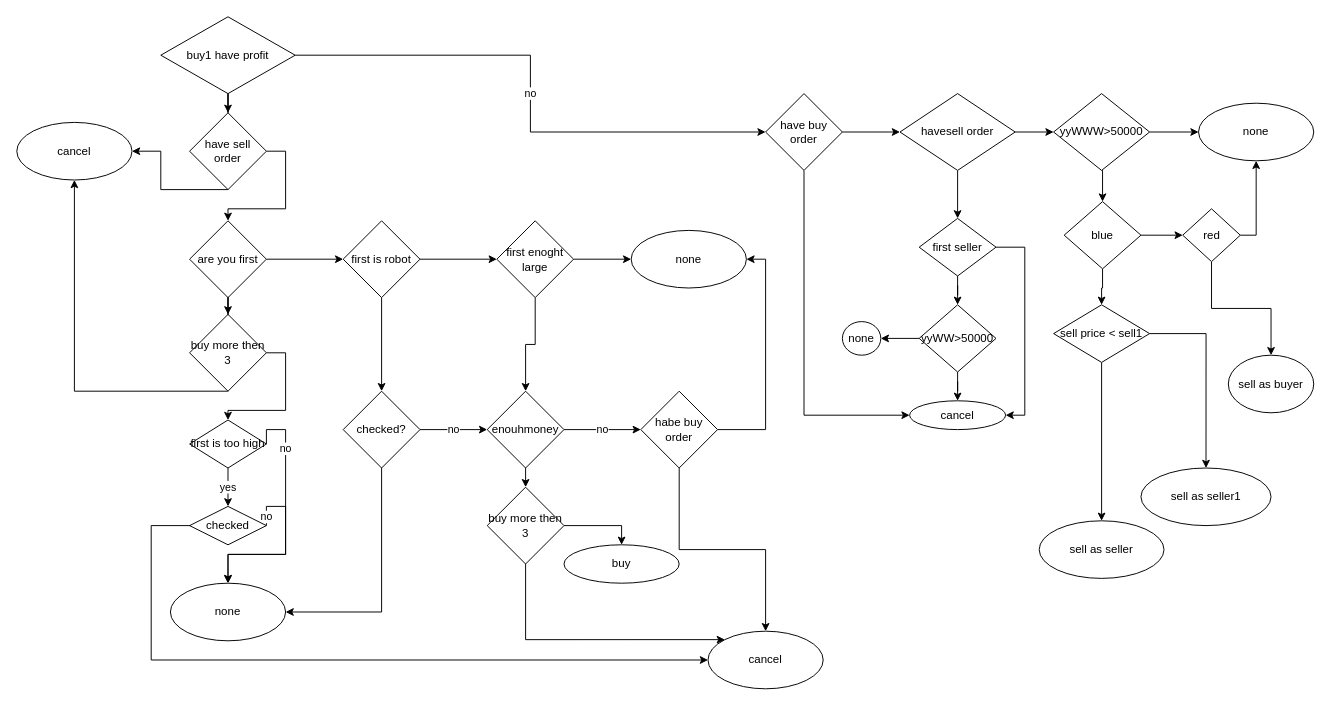
Before: page "第 3 页" (3 of 3) of 未命名绘图.drawio in fzuguo/hello-world, a draw.io diagram. Source tidied: cells renumbered, new cells numbered last; positions are measured from the earlier drawing's top-left corner, leaving out a move shared by most shapes. Both pictures are drawn from the tidied source at 96%, with x=0, y=0 at pixel (16, 16).
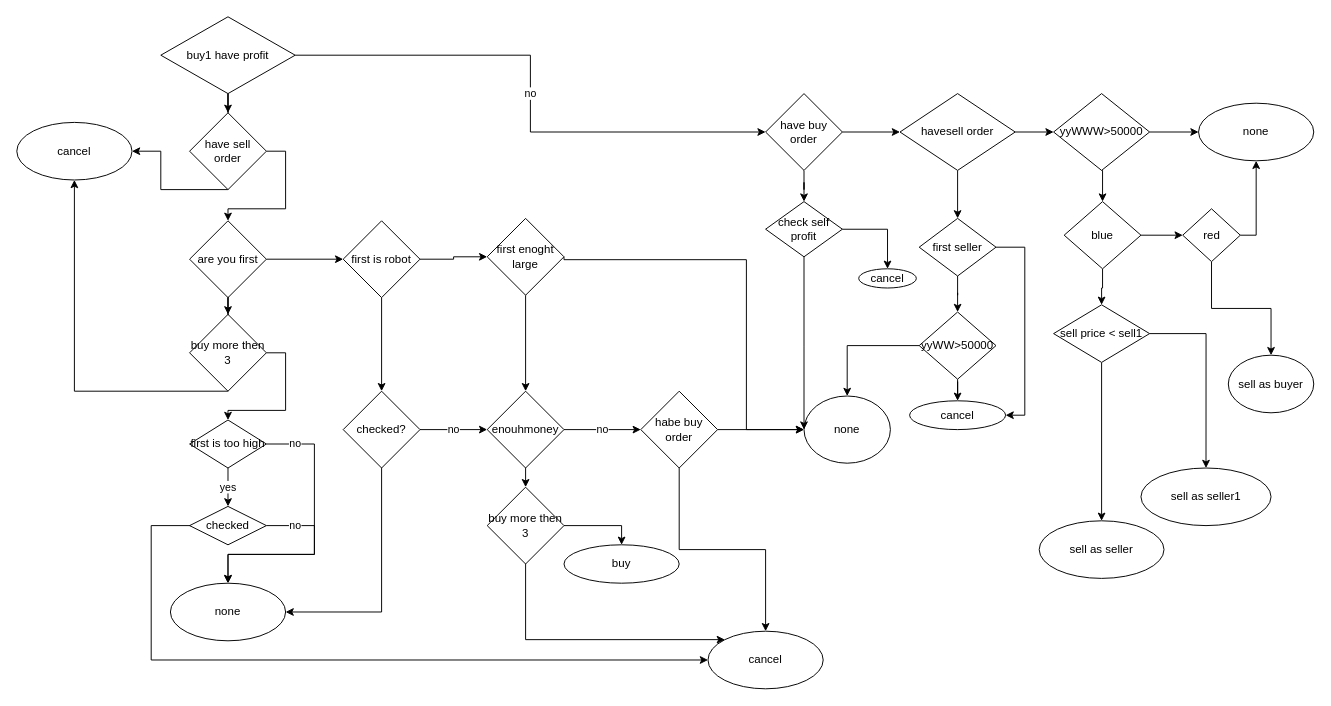
Above is the later version.

Commit message:
更新未命名绘图.drawio

Unchanged cells that the change refers to:
```xml
<mxCell id="9" value="none" style="ellipse;whiteSpace=wrap;html=1;" parent="1" vertex="1">
  <mxGeometry x="160" y="590" width="120" height="60" as="geometry" />
</mxCell>
<mxCell id="12" value="have buy order" style="rhombus;whiteSpace=wrap;html=1;" parent="1" vertex="1">
  <mxGeometry x="780" y="80" width="80" height="80" as="geometry" />
</mxCell>
<mxCell id="26" value="habe buy order" style="rhombus;whiteSpace=wrap;html=1;" parent="1" vertex="1">
  <mxGeometry x="650" y="390" width="80" height="80" as="geometry" />
</mxCell>
<mxCell id="29" value="first is too high" style="rhombus;whiteSpace=wrap;html=1;" parent="1" vertex="1">
  <mxGeometry x="180" y="420" width="80" height="50" as="geometry" />
</mxCell>
<mxCell id="32" value="checked" style="rhombus;whiteSpace=wrap;html=1;" parent="1" vertex="1">
  <mxGeometry x="180" y="510" width="80" height="40" as="geometry" />
</mxCell>
<mxCell id="58" value="cancel" style="ellipse;whiteSpace=wrap;html=1;" parent="1" vertex="1">
  <mxGeometry x="930" y="400" width="100" height="30" as="geometry" />
</mxCell>
```

Change to the diagram source:
```diff
@@
-    <mxCell id="11" style="edgeStyle=orthogonalEdgeStyle;rounded=0;jettySize=auto;html=1;exitX=0.5;exitY=1;exitDx=0;exitDy=0;entryX=0;entryY=0.5;entryDx=0;entryDy=0;" parent="1" edge="1" source="12" target="58">
-      <mxGeometry relative="1" as="geometry" />
-    </mxCell>
+    <mxCell id="74" style="edgeStyle=orthogonalEdgeStyle;rounded=0;jettySize=auto;html=1;" parent="1" edge="1" source="12" target="79">
+      <mxGeometry relative="1" as="geometry" />
+    </mxCell>
@@
-    <mxCell id="25" style="edgeStyle=orthogonalEdgeStyle;rounded=0;jettySize=auto;html=1;exitX=1;exitY=0.5;exitDx=0;exitDy=0;entryX=1;entryY=0.5;entryDx=0;entryDy=0;" parent="1" edge="1" source="26" target="66">
-      <mxGeometry relative="1" as="geometry" />
-    </mxCell>
+    <mxCell id="75" style="edgeStyle=orthogonalEdgeStyle;rounded=0;jettySize=auto;html=1;exitX=1;exitY=0.5;exitDx=0;exitDy=0;" parent="1" edge="1" source="26" target="59">
+      <mxGeometry relative="1" as="geometry" />
+    </mxCell>
@@
     <mxCell id="28" value="no" style="edgeStyle=orthogonalEdgeStyle;rounded=0;jettySize=auto;html=1;exitX=1;exitY=0.5;exitDx=0;exitDy=0;entryX=0.5;entryY=0;entryDx=0;entryDy=0;" parent="1" edge="1" source="29" target="9">
-      <mxGeometry x="-0.57" relative="1" as="geometry">
+      <mxGeometry x="-0.79" relative="1" as="geometry">
         <Array as="points">
-          <mxPoint x="280" y="430" />
-          <mxPoint x="280" y="560" />
+          <mxPoint x="310" y="445" />
+          <mxPoint x="310" y="560" />
           <mxPoint x="220" y="560" />
         </Array>
       </mxGeometry>
     </mxCell>
@@
     <mxCell id="30" value="no" style="edgeStyle=orthogonalEdgeStyle;rounded=0;jettySize=auto;html=1;exitX=1;exitY=0.5;exitDx=0;exitDy=0;entryX=0.5;entryY=0;entryDx=0;entryDy=0;" parent="1" edge="1" source="32" target="9">
-      <mxGeometry x="-0.9" relative="1" as="geometry">
+      <mxGeometry x="-0.7" relative="1" as="geometry">
         <Array as="points">
-          <mxPoint x="280" y="510" />
-          <mxPoint x="280" y="560" />
+          <mxPoint x="310" y="530" />
+          <mxPoint x="310" y="560" />
           <mxPoint x="220" y="560" />
         </Array>
       </mxGeometry>
     </mxCell>
@@
     <mxCell id="57" value="yyWW&amp;gt;50000" style="rhombus;whiteSpace=wrap;html=1;" parent="1" vertex="1">
-      <mxGeometry x="940" y="300" width="80" height="70" as="geometry" />
+      <mxGeometry x="940" y="307.5" width="80" height="70" as="geometry" />
     </mxCell>
@@
     <mxCell id="59" value="none" style="ellipse;whiteSpace=wrap;html=1;" parent="1" vertex="1">
-      <mxGeometry x="860" y="317.5" width="40" height="35" as="geometry" />
+      <mxGeometry x="820" y="395" width="90" height="70" as="geometry" />
     </mxCell>
@@
-    <mxCell id="64" style="edgeStyle=orthogonalEdgeStyle;rounded=0;jettySize=auto;html=1;" parent="1" edge="1" source="65" target="66">
-      <mxGeometry relative="1" as="geometry" />
-    </mxCell>
+    <mxCell id="76" style="edgeStyle=orthogonalEdgeStyle;rounded=0;jettySize=auto;html=1;exitX=1;exitY=0.5;exitDx=0;exitDy=0;entryX=0;entryY=0.5;entryDx=0;entryDy=0;" parent="1" edge="1" source="65" target="59">
+      <mxGeometry relative="1" as="geometry">
+        <Array as="points">
+          <mxPoint x="760" y="253" />
+          <mxPoint x="760" y="430" />
+        </Array>
+      </mxGeometry>
+    </mxCell>
     <mxCell id="65" value="first enoght large" style="rhombus;whiteSpace=wrap;html=1;" parent="1" vertex="1">
-      <mxGeometry x="500" y="212.5" width="80" height="80" as="geometry" />
+      <mxGeometry x="490" y="210" width="80" height="80" as="geometry" />
     </mxCell>
-    <mxCell id="66" value="none" style="ellipse;whiteSpace=wrap;html=1;" parent="1" vertex="1">
-      <mxGeometry x="640" y="222.5" width="120" height="60" as="geometry" />
-    </mxCell>
@@
+    <mxCell id="77" style="edgeStyle=orthogonalEdgeStyle;rounded=0;jettySize=auto;html=1;exitX=0.5;exitY=1;exitDx=0;exitDy=0;entryX=0;entryY=0.5;entryDx=0;entryDy=0;" parent="1" edge="1" source="79" target="59">
+      <mxGeometry relative="1" as="geometry">
+        <Array as="points">
+          <mxPoint x="820" y="343" />
+        </Array>
+      </mxGeometry>
+    </mxCell>
+    <mxCell id="78" style="edgeStyle=orthogonalEdgeStyle;rounded=0;jettySize=auto;html=1;" parent="1" edge="1" source="79" target="80">
+      <mxGeometry relative="1" as="geometry" />
+    </mxCell>
+    <mxCell id="79" value="check self profit" style="rhombus;whiteSpace=wrap;html=1;" parent="1" vertex="1">
+      <mxGeometry x="780" y="192.5" width="80" height="57.5" as="geometry" />
+    </mxCell>
+    <mxCell id="80" value="cancel" style="ellipse;whiteSpace=wrap;html=1;" parent="1" vertex="1">
+      <mxGeometry x="877" y="262.5" width="60" height="20" as="geometry" />
+    </mxCell>
```
